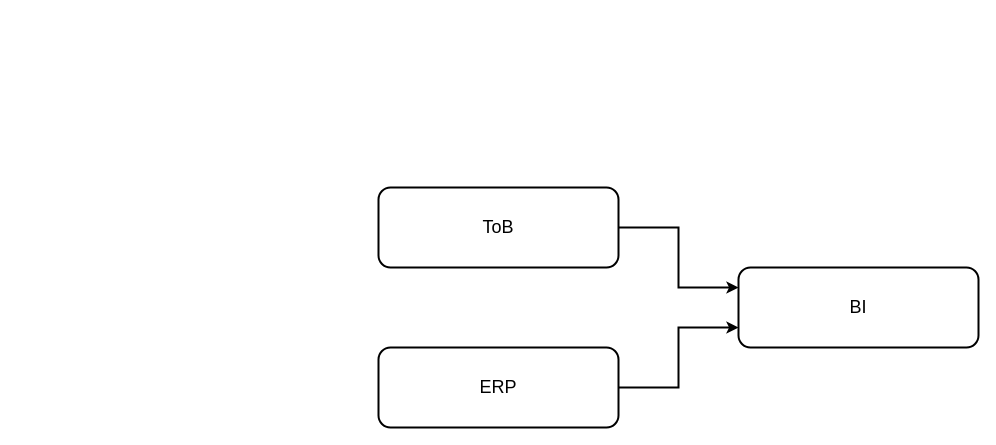
The draw.io diagram 未命名绘图.drawio in jackie-thank/beego-authz, before the edit. Source tidied: cells renumbered, new cells numbered last; positions are measured from the earlier drawing's top-left corner, leaving out a move shared by most shapes. Both pictures are drawn from the tidied source at 100%, with x=0, y=0 at pixel (378, 187).
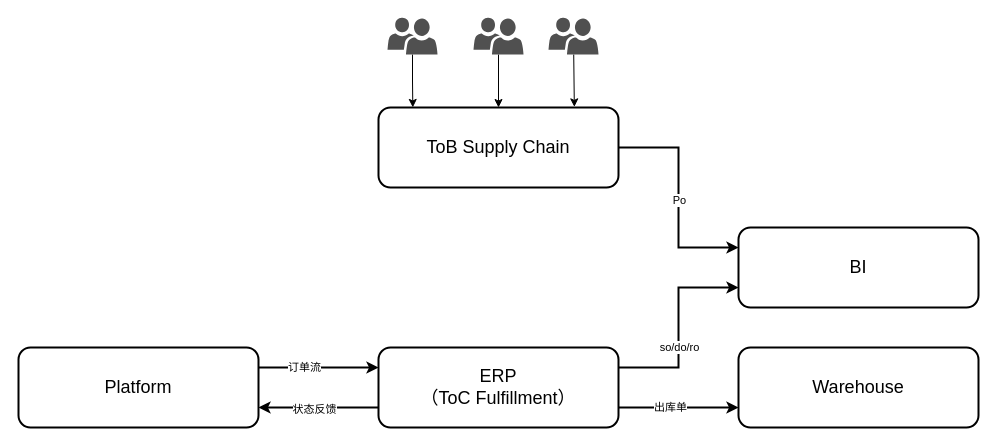
The same page after the edit.

Commit message (it also covers changes not shown here):
更新未命名绘图.drawio

Unchanged cells that the change refers to:
```xml
<mxCell id="2" style="edgeStyle=orthogonalEdgeStyle;rounded=0;jettySize=auto;html=1;exitX=1;exitY=0.5;exitDx=0;exitDy=0;entryX=0;entryY=0.25;entryDx=0;entryDy=0;strokeWidth=2;" parent="1" edge="1" source="3" target="6">
  <mxGeometry relative="1" as="geometry" />
</mxCell>
```

The edit, as a diff of the source:
```diff
@@
+    <mxCell id="7" value="Po" style="edgeLabel;html=1;align=center;verticalAlign=middle;" parent="2" vertex="1">
+      <mxGeometry x="0.02" relative="1" as="geometry" />
+    </mxCell>
-    <mxCell id="3" value="ToB" style="rounded=1;whiteSpace=wrap;html=1;strokeWidth=2;fontSize=18;" parent="1" vertex="1">
-      <mxGeometry width="240" height="80" as="geometry" />
+    <mxCell id="3" value="ToB Supply Chain" style="rounded=1;whiteSpace=wrap;html=1;strokeWidth=2;fontSize=18;" parent="1" vertex="1">
+      <mxGeometry y="-80" width="240" height="80" as="geometry" />
     </mxCell>
-    <mxCell id="4" style="edgeStyle=orthogonalEdgeStyle;rounded=0;jettySize=auto;html=1;exitX=1;exitY=0.5;exitDx=0;exitDy=0;entryX=0;entryY=0.75;entryDx=0;entryDy=0;strokeWidth=2;" parent="1" edge="1" source="5" target="6">
+    <mxCell id="4" style="edgeStyle=orthogonalEdgeStyle;rounded=0;jettySize=auto;html=1;exitX=1;exitY=0.25;exitDx=0;exitDy=0;entryX=0;entryY=0.75;entryDx=0;entryDy=0;strokeWidth=2;" parent="1" edge="1" source="5" target="6">
       <mxGeometry relative="1" as="geometry" />
     </mxCell>
+    <mxCell id="8" value="so/do/ro" style="edgeLabel;html=1;align=center;verticalAlign=middle;" parent="4" vertex="1">
+      <mxGeometry x="-0.19" relative="1" as="geometry" />
+    </mxCell>
+    <mxCell id="9" style="edgeStyle=orthogonalEdgeStyle;rounded=0;jettySize=auto;html=1;exitX=0;exitY=0.75;exitDx=0;exitDy=0;entryX=1;entryY=0.75;entryDx=0;entryDy=0;strokeWidth=2;" parent="1" edge="1" source="5" target="15">
+      <mxGeometry relative="1" as="geometry" />
+    </mxCell>
+    <mxCell id="10" value="状态反馈" style="edgeLabel;html=1;align=center;verticalAlign=middle;" parent="9" vertex="1">
+      <mxGeometry x="0.08" y="1" relative="1" as="geometry" />
+    </mxCell>
+    <mxCell id="11" style="edgeStyle=orthogonalEdgeStyle;rounded=0;jettySize=auto;html=1;exitX=1;exitY=0.75;exitDx=0;exitDy=0;entryX=0;entryY=0.75;entryDx=0;entryDy=0;strokeWidth=2;" parent="1" edge="1" source="5" target="16">
+      <mxGeometry relative="1" as="geometry" />
+    </mxCell>
+    <mxCell id="12" value="出库单" style="edgeLabel;html=1;align=center;verticalAlign=middle;" parent="11" vertex="1">
+      <mxGeometry x="-0.15" y="1" relative="1" as="geometry" />
+    </mxCell>
-    <mxCell id="5" value="ERP" style="rounded=1;whiteSpace=wrap;html=1;strokeWidth=2;fontSize=18;" parent="1" vertex="1">
+    <mxCell id="5" value="&lt;div&gt;ERP&lt;/div&gt;（ToC Fulfillment）" style="rounded=1;whiteSpace=wrap;html=1;strokeWidth=2;fontSize=18;" parent="1" vertex="1">
       <mxGeometry y="160" width="240" height="80" as="geometry" />
     </mxCell>
     <mxCell id="6" value="BI" style="rounded=1;whiteSpace=wrap;html=1;strokeWidth=2;fontSize=18;" parent="1" vertex="1">
-      <mxGeometry x="360" y="80" width="240" height="80" as="geometry" />
+      <mxGeometry x="360" y="40" width="240" height="80" as="geometry" />
     </mxCell>
+    <mxCell id="13" style="edgeStyle=orthogonalEdgeStyle;rounded=0;jettySize=auto;html=1;exitX=1;exitY=0.25;exitDx=0;exitDy=0;entryX=0;entryY=0.25;entryDx=0;entryDy=0;strokeWidth=2;" parent="1" edge="1" source="15" target="5">
+      <mxGeometry relative="1" as="geometry" />
+    </mxCell>
+    <mxCell id="14" value="订单流" style="edgeLabel;html=1;align=center;verticalAlign=middle;" parent="13" vertex="1">
+      <mxGeometry x="-0.25" y="1" relative="1" as="geometry" />
+    </mxCell>
+    <mxCell id="15" value="Platform" style="rounded=1;whiteSpace=wrap;html=1;strokeWidth=2;fontSize=18;" parent="1" vertex="1">
+      <mxGeometry x="-360" y="160" width="240" height="80" as="geometry" />
+    </mxCell>
+    <mxCell id="16" value="Warehouse" style="rounded=1;whiteSpace=wrap;html=1;strokeWidth=2;fontSize=18;" parent="1" vertex="1">
+      <mxGeometry x="360" y="160" width="240" height="80" as="geometry" />
+    </mxCell>
+    <mxCell id="17" style="edgeStyle=orthogonalEdgeStyle;rounded=0;jettySize=auto;html=1;" parent="1" edge="1" source="18" target="3">
+      <mxGeometry relative="1" as="geometry" />
+    </mxCell>
+    <mxCell id="18" style="sketch=0;shadow=0;dashed=0;html=1;strokeColor=none;labelPosition=center;verticalLabelPosition=bottom;verticalAlign=top;align=center;fillColor=#505050;shape=mxgraph.mscae.intune.user_group;" parent="1" vertex="1">
+      <mxGeometry x="95" y="-170" width="50" height="37" as="geometry" />
+    </mxCell>
+    <mxCell id="19" style="edgeStyle=orthogonalEdgeStyle;rounded=0;jettySize=auto;html=1;exitX=0.5;exitY=1;exitDx=0;exitDy=0;exitPerimeter=0;entryX=0.143;entryY=-0.001;entryDx=0;entryDy=0;entryPerimeter=0;" parent="1" edge="1" source="20" target="3">
+      <mxGeometry relative="1" as="geometry" />
+    </mxCell>
+    <mxCell id="20" style="sketch=0;shadow=0;dashed=0;html=1;strokeColor=none;labelPosition=center;verticalLabelPosition=bottom;verticalAlign=top;align=center;fillColor=#505050;shape=mxgraph.mscae.intune.user_group;" parent="1" vertex="1">
+      <mxGeometry x="9" y="-170" width="50" height="37" as="geometry" />
+    </mxCell>
+    <mxCell id="21" style="rounded=0;jettySize=auto;html=1;entryX=0.816;entryY=-0.008;entryDx=0;entryDy=0;entryPerimeter=0;" parent="1" edge="1" source="22" target="3">
+      <mxGeometry relative="1" as="geometry" />
+    </mxCell>
+    <mxCell id="22" style="sketch=0;shadow=0;dashed=0;html=1;strokeColor=none;labelPosition=center;verticalLabelPosition=bottom;verticalAlign=top;align=center;fillColor=#505050;shape=mxgraph.mscae.intune.user_group;" parent="1" vertex="1">
+      <mxGeometry x="170" y="-170" width="50" height="37" as="geometry" />
+    </mxCell>
```
